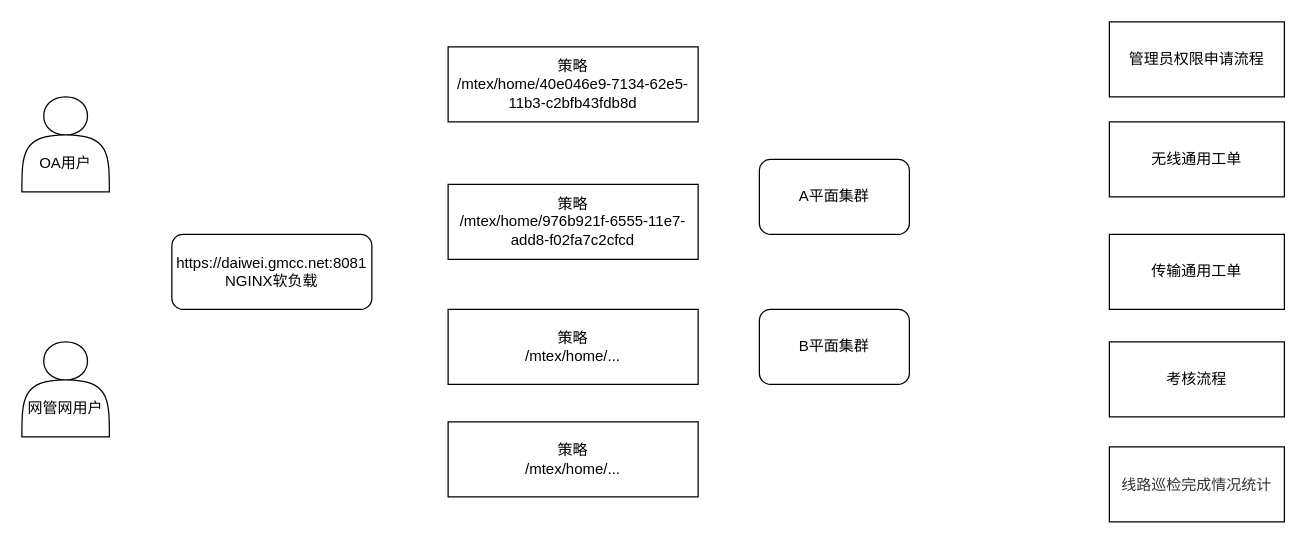
Earlier version of the draw.io diagram 未命名绘图.drawio (longfq/draw.io). Source tidied: cells renumbered, new cells numbered last; positions are measured from the earlier drawing's top-left corner, leaving out a move shared by most shapes. Both pictures are drawn from the tidied source at 125%, with x=0, y=0 at pixel (21, 21).
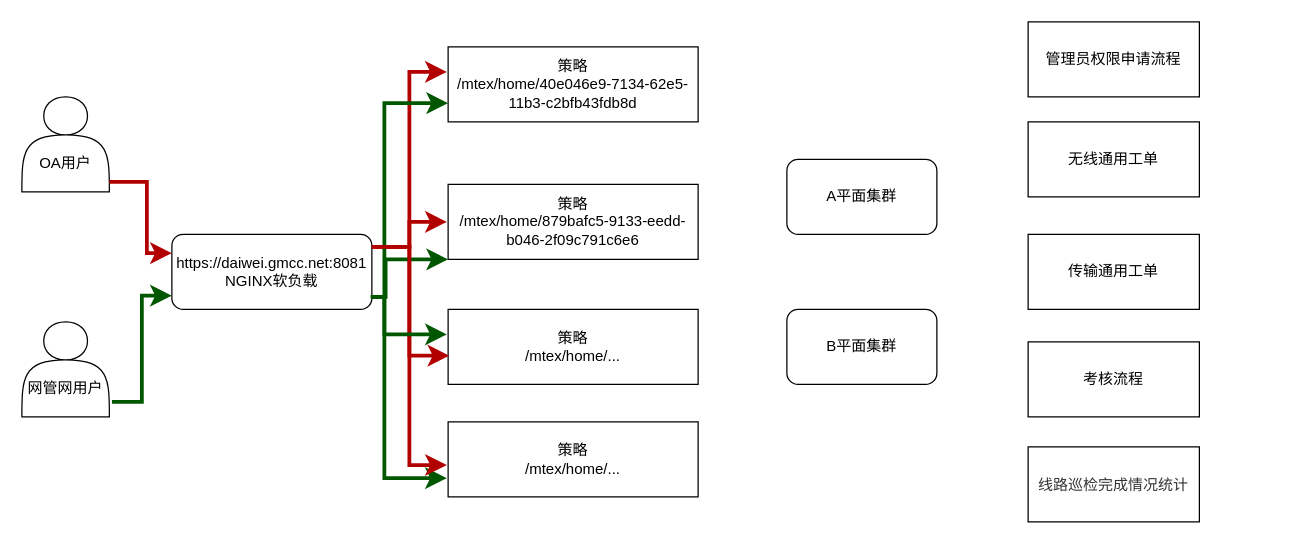
The same page after the edit.

The change refers to these unchanged cells:
```xml
<mxCell id="4" value="https://daiwei.gmcc.net:8081&lt;div&gt;NGINX软负载&lt;/div&gt;" style="rounded=1;whiteSpace=wrap;html=1;" parent="1" vertex="1">
  <mxGeometry x="120" y="170" width="160" height="60" as="geometry" />
</mxCell>
<mxCell id="5" value="策略&lt;div&gt;/mtex/home/40e046e9-7134-62e5-11b3-c2bfb43fdb8d&lt;/div&gt;" style="rounded=0;whiteSpace=wrap;html=1;" parent="1" vertex="1">
  <mxGeometry x="341" y="20" width="200" height="60" as="geometry" />
</mxCell>
<mxCell id="7" value="策略&lt;div&gt;/mtex/home/...&lt;/div&gt;" style="rounded=0;whiteSpace=wrap;html=1;" parent="1" vertex="1">
  <mxGeometry x="341" y="230" width="200" height="60" as="geometry" />
</mxCell>
```

The edit, as a diff of the source:
```diff
@@
     <mxCell id="2" value="&lt;div&gt;&lt;br&gt;&lt;/div&gt;&lt;div&gt;&lt;br&gt;&lt;/div&gt;&lt;div&gt;网管网用户&lt;/div&gt;" style="shape=actor;whiteSpace=wrap;html=1;" parent="1" vertex="1">
-      <mxGeometry y="256" width="70" height="76" as="geometry" />
+      <mxGeometry y="240" width="70" height="76" as="geometry" />
     </mxCell>
@@
-    <mxCell id="6" value="策略&lt;div&gt;/mtex/home/976b921f-6555-11e7-add8-f02fa7c2cfcd&lt;/div&gt;" style="rounded=0;whiteSpace=wrap;html=1;" parent="1" vertex="1">
+    <mxCell id="6" value="策略&lt;div&gt;/mtex/home/879bafc5-9133-eedd-b046-2f09c791c6e6&lt;/div&gt;" style="rounded=0;whiteSpace=wrap;html=1;" parent="1" vertex="1">
       <mxGeometry x="341" y="130" width="200" height="60" as="geometry" />
     </mxCell>
@@
     <mxCell id="9" value="A平面集群" style="rounded=1;whiteSpace=wrap;html=1;" parent="1" vertex="1">
-      <mxGeometry x="590" y="110" width="120" height="60" as="geometry" />
+      <mxGeometry x="612" y="110" width="120" height="60" as="geometry" />
     </mxCell>
     <mxCell id="10" value="B平面集群" style="rounded=1;whiteSpace=wrap;html=1;" parent="1" vertex="1">
-      <mxGeometry x="590" y="230" width="120" height="60" as="geometry" />
+      <mxGeometry x="612" y="230" width="120" height="60" as="geometry" />
     </mxCell>
     <mxCell id="11" value="管理员权限申请流程" style="rounded=0;whiteSpace=wrap;html=1;" parent="1" vertex="1">
-      <mxGeometry x="870" width="140" height="60" as="geometry" />
+      <mxGeometry x="805" width="137" height="60" as="geometry" />
     </mxCell>
     <mxCell id="12" value="无线通用工单" style="rounded=0;whiteSpace=wrap;html=1;" parent="1" vertex="1">
-      <mxGeometry x="870" y="80" width="140" height="60" as="geometry" />
+      <mxGeometry x="805" y="80" width="137" height="60" as="geometry" />
     </mxCell>
     <mxCell id="13" value="传输通用工单" style="rounded=0;whiteSpace=wrap;html=1;" parent="1" vertex="1">
-      <mxGeometry x="870" y="170" width="140" height="60" as="geometry" />
+      <mxGeometry x="805" y="170" width="137" height="60" as="geometry" />
     </mxCell>
     <mxCell id="14" value="考核流程" style="rounded=0;whiteSpace=wrap;html=1;" parent="1" vertex="1">
-      <mxGeometry x="870" y="256" width="140" height="60" as="geometry" />
+      <mxGeometry x="805" y="256" width="137" height="60" as="geometry" />
     </mxCell>
     <mxCell id="15" value="&lt;span style=&quot;color: rgb(51, 51, 51); font-family: &amp;quot;Microsoft YaHei&amp;quot;, &amp;quot;Helvetica Neue&amp;quot;, Helvetica, Arial, sans-serif; text-align: start; background-color: rgb(255, 255, 255);&quot;&gt;线路巡检完成情况统计&lt;/span&gt;" style="rounded=0;whiteSpace=wrap;html=1;" parent="1" vertex="1">
-      <mxGeometry x="870" y="340" width="140" height="60" as="geometry" />
+      <mxGeometry x="805" y="340" width="137" height="60" as="geometry" />
     </mxCell>
+    <mxCell id="16" style="edgeStyle=elbowEdgeStyle;elbow=horizontal;endArrow=classic;html=1;curved=0;rounded=0;endSize=8;startSize=8;entryX=0;entryY=0.25;entryDx=0;entryDy=0;fillColor=#e51400;strokeColor=#B20000;strokeWidth=3;" parent="1" edge="1" target="4">
+      <mxGeometry relative="1" as="geometry">
+        <mxPoint x="70" y="128" as="sourcePoint" />
+        <Array as="points">
+          <mxPoint x="100" y="170" />
+        </Array>
+      </mxGeometry>
+    </mxCell>
+    <mxCell id="17" style="edgeStyle=elbowEdgeStyle;elbow=horizontal;endArrow=classic;html=1;curved=0;rounded=0;endSize=8;startSize=8;entryX=0;entryY=0.75;entryDx=0;entryDy=0;exitX=1.029;exitY=0.842;exitDx=0;exitDy=0;exitPerimeter=0;fillColor=#008a00;strokeColor=#005700;strokeWidth=3;" parent="1" edge="1" source="2">
+      <mxGeometry relative="1" as="geometry">
+        <mxPoint x="120" y="219" as="targetPoint" />
+      </mxGeometry>
+    </mxCell>
+    <mxCell id="18" style="edgeStyle=elbowEdgeStyle;elbow=horizontal;endArrow=classic;html=1;curved=0;rounded=0;endSize=8;startSize=8;fillColor=#e51400;strokeColor=#B20000;strokeWidth=3;" parent="1" edge="1">
+      <mxGeometry relative="1" as="geometry">
+        <mxPoint x="280" y="180" as="sourcePoint" />
+        <mxPoint x="340" y="40" as="targetPoint" />
+      </mxGeometry>
+    </mxCell>
+    <mxCell id="19" style="edgeStyle=elbowEdgeStyle;elbow=horizontal;endArrow=classic;html=1;curved=0;rounded=0;endSize=8;startSize=8;fillColor=#e51400;strokeColor=#B20000;strokeWidth=3;" parent="1" edge="1">
+      <mxGeometry relative="1" as="geometry">
+        <mxPoint x="280" y="180" as="sourcePoint" />
+        <mxPoint x="340" y="160" as="targetPoint" />
+      </mxGeometry>
+    </mxCell>
+    <mxCell id="20" style="edgeStyle=elbowEdgeStyle;elbow=horizontal;endArrow=classic;html=1;curved=0;rounded=0;endSize=8;startSize=8;entryX=0.005;entryY=0.617;entryDx=0;entryDy=0;entryPerimeter=0;fillColor=#e51400;strokeColor=#B20000;strokeWidth=3;" parent="1" edge="1" target="7">
+      <mxGeometry relative="1" as="geometry">
+        <mxPoint x="290" y="180" as="sourcePoint" />
+        <Array as="points">
+          <mxPoint x="310" y="220" />
+        </Array>
+      </mxGeometry>
+    </mxCell>
+    <mxCell id="21" style="edgeStyle=elbowEdgeStyle;elbow=horizontal;endArrow=classic;html=1;curved=0;rounded=0;endSize=8;startSize=8;entryX=0;entryY=0.75;entryDx=0;entryDy=0;fillColor=#008a00;strokeColor=#005700;strokeWidth=3;" parent="1" edge="1">
+      <mxGeometry relative="1" as="geometry">
+        <mxPoint x="279" y="220" as="sourcePoint" />
+        <mxPoint x="340" y="365" as="targetPoint" />
+        <Array as="points">
+          <mxPoint x="290" y="300" />
+        </Array>
+      </mxGeometry>
+    </mxCell>
+    <mxCell id="22" style="edgeStyle=elbowEdgeStyle;elbow=horizontal;endArrow=classic;html=1;curved=0;rounded=0;endSize=8;startSize=8;entryX=0;entryY=0.75;entryDx=0;entryDy=0;fillColor=#008a00;strokeColor=#005700;strokeWidth=3;" parent="1" edge="1" target="5">
+      <mxGeometry relative="1" as="geometry">
+        <mxPoint x="280" y="220" as="sourcePoint" />
+        <Array as="points">
+          <mxPoint x="290" y="70" />
+        </Array>
+      </mxGeometry>
+    </mxCell>
+    <mxCell id="23" style="edgeStyle=elbowEdgeStyle;elbow=horizontal;endArrow=classic;html=1;curved=0;rounded=0;endSize=8;startSize=8;fillColor=#008a00;strokeColor=#005700;strokeWidth=3;" parent="1" edge="1">
+      <mxGeometry relative="1" as="geometry">
+        <mxPoint x="280" y="220" as="sourcePoint" />
+        <mxPoint x="341" y="190" as="targetPoint" />
+        <Array as="points">
+          <mxPoint x="291" y="210" />
+        </Array>
+      </mxGeometry>
+    </mxCell>
+    <mxCell id="24" style="edgeStyle=elbowEdgeStyle;elbow=horizontal;endArrow=classic;html=1;curved=0;rounded=0;endSize=8;startSize=8;fillColor=#e51400;strokeColor=#B20000;strokeWidth=3;" parent="1" edge="1">
+      <mxGeometry relative="1" as="geometry">
+        <mxPoint x="280" y="180" as="sourcePoint" />
+        <mxPoint x="340" y="354.5" as="targetPoint" />
+        <Array as="points">
+          <mxPoint x="310" y="284.5" />
+        </Array>
+      </mxGeometry>
+    </mxCell>
+    <mxCell id="25" style="edgeStyle=elbowEdgeStyle;elbow=horizontal;endArrow=classic;html=1;curved=0;rounded=0;endSize=8;startSize=8;fillColor=#008a00;strokeColor=#005700;strokeWidth=3;" parent="1" edge="1">
+      <mxGeometry relative="1" as="geometry">
+        <mxPoint x="280" y="220" as="sourcePoint" />
+        <mxPoint x="340" y="250" as="targetPoint" />
+        <Array as="points">
+          <mxPoint x="290" y="240" />
+        </Array>
+      </mxGeometry>
+    </mxCell>
```
